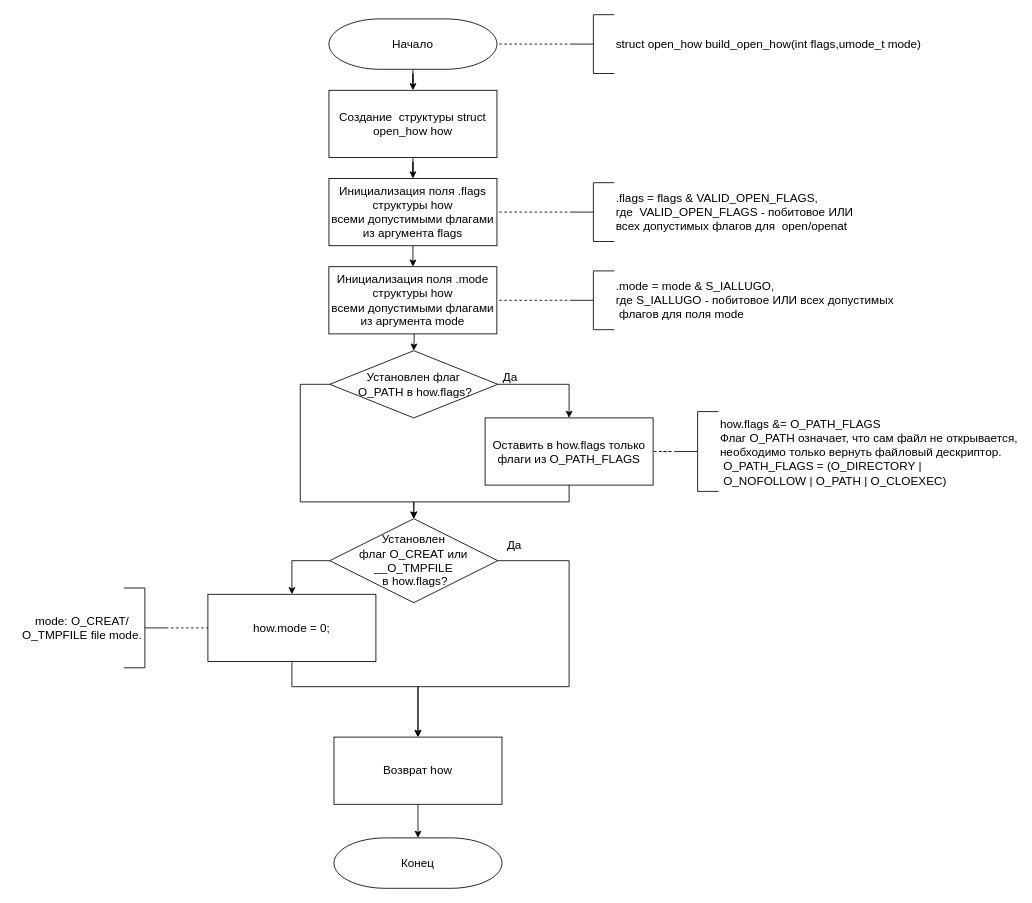
Above: page "build_open_how" (2 of 9) of lab_06/tex/img/clean.drawio in alena-zayts/BMSTU_6sem_operating_systems (draw.io), before the change. Source tidied: cells renumbered, new cells numbered last; positions are measured from the earlier drawing's top-left corner, leaving out a move shared by most shapes. Both pictures are drawn from the tidied source at 84%, with x=0, y=0 at pixel (14, 14).
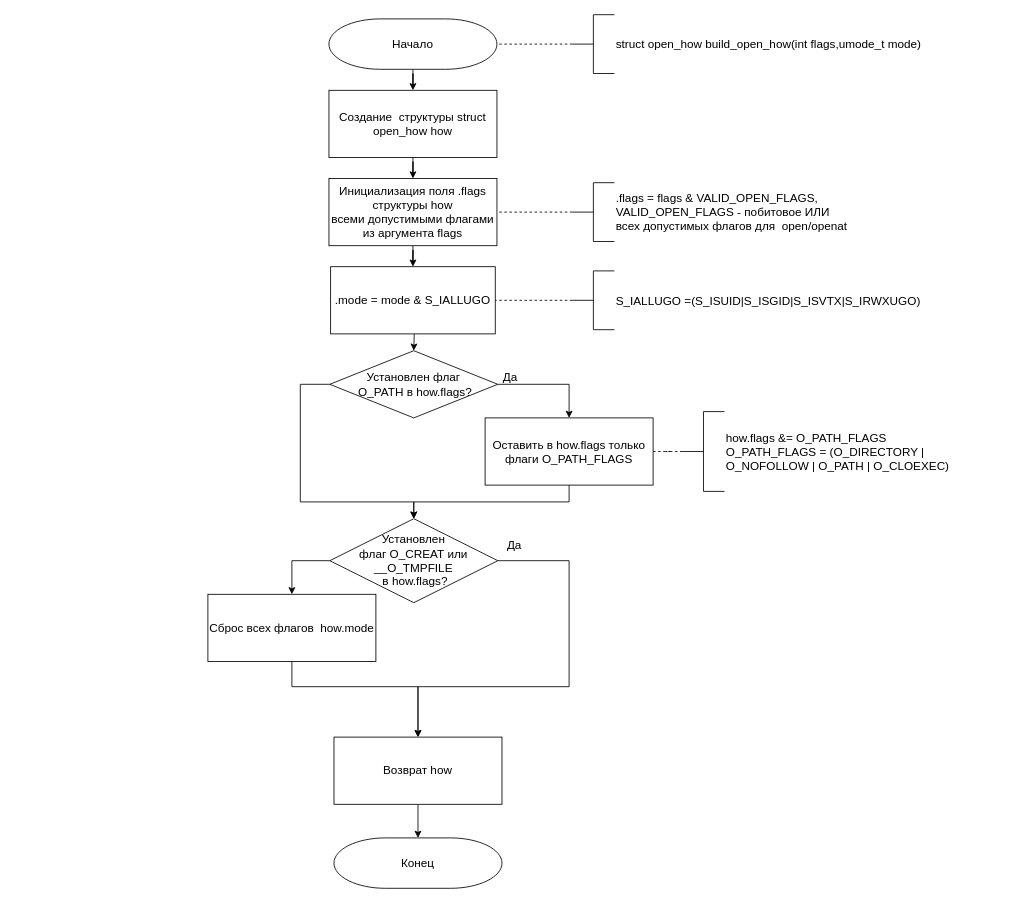
Above is the later version.

The change refers to these unchanged cells:
```xml
<mxCell id="13" value="Установлен&#10;флаг O_CREAT или __O_TMPFILE&#10; в how.flags?" style="rhombus;whiteSpace=wrap;strokeWidth=1;fontFamily=Helvetica;fontSize=14;fontStyle=0;" parent="1" vertex="1">
  <mxGeometry x="375.1" y="600" width="200" height="100" as="geometry" />
</mxCell>
```

What changed in the source:
```diff
@@
-    <mxCell id="8" value="Оставить в how.flags только флаги из O_PATH_FLAGS" style="rounded=0;whiteSpace=wrap;strokeWidth=1;fontFamily=Helvetica;fontSize=14;fontStyle=0;" parent="1" vertex="1">
+    <mxCell id="8" value="Оставить в how.flags только флаги O_PATH_FLAGS" style="rounded=0;whiteSpace=wrap;strokeWidth=1;fontFamily=Helvetica;fontSize=14;fontStyle=0;" parent="1" vertex="1">
       <mxGeometry x="560" y="480" width="200" height="80" as="geometry" />
     </mxCell>
@@
     <mxCell id="10" style="edgeStyle=orthogonalEdgeStyle;rounded=0;jettySize=auto;exitX=0.5;exitY=1;exitDx=0;exitDy=0;entryX=0.5;entryY=0;entryDx=0;entryDy=0;fontFamily=Helvetica;fontSize=14;fontStyle=0;" parent="1" edge="1" source="8" target="13">
       <mxGeometry relative="1" as="geometry">
         <Array as="points">
-          <mxPoint x="660.1" y="580" />
-          <mxPoint x="475.1" y="580" />
+          <mxPoint x="660" y="580" />
+          <mxPoint x="475" y="580" />
         </Array>
       </mxGeometry>
     </mxCell>
@@
-    <mxCell id="18" value="how.mode = 0;" style="rounded=0;whiteSpace=wrap;strokeWidth=1;fontFamily=Helvetica;fontSize=14;fontStyle=0;" parent="1" vertex="1">
+    <mxCell id="18" value="Сброс всех флагов  how.mode" style="rounded=0;whiteSpace=wrap;strokeWidth=1;fontFamily=Helvetica;fontSize=14;fontStyle=0;" parent="1" vertex="1">
       <mxGeometry x="230" y="690" width="200" height="80" as="geometry" />
     </mxCell>
@@
-    <mxCell id="22" value="&lt;span style=&quot;text-align: center&quot;&gt;.flags = flags &amp;amp; VALID_OPEN_FLAGS,&lt;/span&gt;&lt;span style=&quot;text-align: center&quot;&gt;&lt;br&gt;где&amp;nbsp;&amp;nbsp;&lt;/span&gt;VALID_OPEN_FLAGS - побитовое ИЛИ &lt;br&gt;всех допустимых флагов для&amp;nbsp;&amp;nbsp;&lt;span&gt;open/openat&lt;/span&gt;" style="strokeWidth=1;shape=mxgraph.flowchart.annotation_2;align=left;labelPosition=right;fontFamily=Helvetica;fontSize=14;fontStyle=0;html=1;" parent="1" vertex="1">
+    <mxCell id="22" value="&lt;span style=&quot;text-align: center&quot;&gt;.flags = flags &amp;amp; VALID_OPEN_FLAGS,&lt;/span&gt;&lt;span style=&quot;text-align: center&quot;&gt;&lt;br&gt;&lt;/span&gt;VALID_OPEN_FLAGS - побитовое ИЛИ &lt;br&gt;всех допустимых флагов для&amp;nbsp;&amp;nbsp;&lt;span&gt;open/openat&lt;/span&gt;" style="strokeWidth=1;shape=mxgraph.flowchart.annotation_2;align=left;labelPosition=right;fontFamily=Helvetica;fontSize=14;fontStyle=0;html=1;" parent="1" vertex="1">
       <mxGeometry x="663.9" y="200" width="50" height="70" as="geometry" />
     </mxCell>
@@
-    <mxCell id="27" value="Инициализация поля .mode структуры how&#10;всеми допустимыми флагами из аргумента mode" style="rounded=0;whiteSpace=wrap;strokeWidth=1;fontFamily=Helvetica;fontSize=14;fontStyle=0;" parent="1" vertex="1">
-      <mxGeometry x="374" y="300" width="200" height="80" as="geometry" />
+    <mxCell id="27" value=".mode = mode &amp; S_IALLUGO" style="rounded=0;whiteSpace=wrap;strokeWidth=1;fontFamily=Helvetica;fontSize=14;fontStyle=0;" parent="1" vertex="1">
+      <mxGeometry x="376.1" y="300" width="196" height="80" as="geometry" />
     </mxCell>
@@
-    <mxCell id="29" value="&lt;span style=&quot;text-align: center&quot;&gt;.mode = mode &amp;amp; S_IALLUGO,&lt;br&gt;где&amp;nbsp;&lt;/span&gt;&lt;span style=&quot;text-align: center&quot;&gt;S_IALLUGO - побитовое ИЛИ всех допустимых&lt;br&gt;&amp;nbsp;флагов для поля mode&lt;/span&gt;&lt;span style=&quot;text-align: center&quot;&gt;&lt;br&gt;&lt;/span&gt;" style="strokeWidth=1;shape=mxgraph.flowchart.annotation_2;align=left;labelPosition=right;fontFamily=Helvetica;fontSize=14;fontStyle=0;html=1;" parent="1" vertex="1">
+    <mxCell id="29" value="S_IALLUGO =(S_ISUID|S_ISGID|S_ISVTX|S_IRWXUGO)" style="strokeWidth=1;shape=mxgraph.flowchart.annotation_2;align=left;labelPosition=right;fontFamily=Helvetica;fontSize=14;fontStyle=0;" parent="1" vertex="1">
       <mxGeometry x="663.9" y="305" width="50" height="70" as="geometry" />
     </mxCell>
@@
-    <mxCell id="31" value="how.flags &amp;= O_PATH_FLAGS&#10;Флаг O_PATH означает, что сам файл не открывается, &#10;необходимо только вернуть файловый дескриптор.&#10; O_PATH_FLAGS = (O_DIRECTORY |&#10; O_NOFOLLOW | O_PATH | O_CLOEXEC)" style="strokeWidth=1;shape=mxgraph.flowchart.annotation_2;align=left;labelPosition=right;fontFamily=Helvetica;fontSize=14;fontStyle=0;" parent="1" vertex="1">
-      <mxGeometry x="788" y="472.5" width="50" height="95" as="geometry" />
+    <mxCell id="31" value="how.flags &amp;= O_PATH_FLAGS&#10;O_PATH_FLAGS = (O_DIRECTORY |&#10;O_NOFOLLOW | O_PATH | O_CLOEXEC)" style="strokeWidth=1;shape=mxgraph.flowchart.annotation_2;align=left;labelPosition=right;fontFamily=Helvetica;fontSize=14;fontStyle=0;" parent="1" vertex="1">
+      <mxGeometry x="795" y="472.5" width="50" height="95" as="geometry" />
     </mxCell>
-    <mxCell id="32" style="strokeWidth=1;shape=mxgraph.flowchart.annotation_2;align=left;labelPosition=right;fontFamily=Helvetica;fontSize=14;fontStyle=0;direction=west;" parent="1" vertex="1">
-      <mxGeometry x="130" y="682.5" width="50" height="95" as="geometry" />
-    </mxCell>
-    <mxCell id="33" style="edgeStyle=orthogonalEdgeStyle;rounded=0;jettySize=auto;endArrow=none;endFill=0;dashed=1;fontFamily=Helvetica;fontSize=14;fontStyle=0;" parent="1" edge="1" source="32" target="18">
-      <mxGeometry relative="1" as="geometry" />
-    </mxCell>
-    <mxCell id="34" value="&lt;span style=&quot;font-size: 14px ; text-align: left&quot;&gt;mode: O_CREAT/&lt;/span&gt;&lt;br style=&quot;padding: 0px ; margin: 0px ; font-size: 14px ; text-align: left&quot;&gt;&lt;span style=&quot;font-size: 14px ; text-align: left&quot;&gt;O_TMPFILE file mode.&lt;/span&gt;" style="text;html=1;align=center;verticalAlign=middle;strokeColor=none;fillColor=none;" parent="1" vertex="1">
-      <mxGeometry y="710" width="160" height="40" as="geometry" />
-    </mxCell>
```
